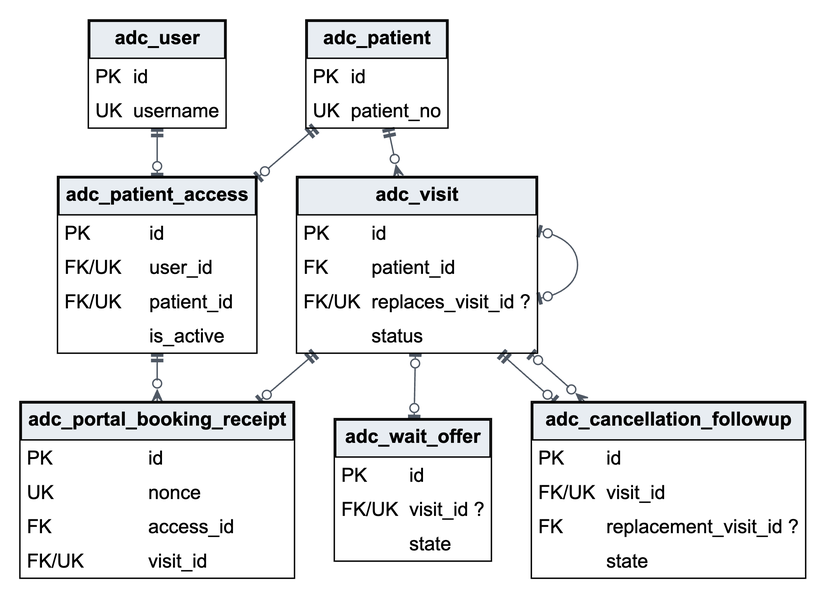
Above: docs/database/er_portal_reschedule.png in Zhang646967/adc-dental-clinic (Graphviz), before the change. Its source is kept beside it as docs/database/er_portal_reschedule.dot. Source of this version:
```dot
digraph schema {
graph [rankdir=TB, bgcolor="white", pad="0.2", nodesep="0.40", ranksep="0.48", splines=polyline, outputorder=edgesfirst];
node [shape=plain, fontname="Arial", fontsize=14];
edge [color="#505965", arrowsize=0.8, dir=both];
"adc_user" [label=<<TABLE BORDER="1" CELLBORDER="0" CELLSPACING="0" CELLPADDING="4"><TR><TD COLSPAN="2" BGCOLOR="#e8edf2" BORDER="1"><B>adc_user</B></TD></TR><TR><TD ALIGN="LEFT">PK</TD><TD ALIGN="LEFT" PORT="id">id</TD></TR><TR><TD ALIGN="LEFT">UK</TD><TD ALIGN="LEFT" PORT="username">username</TD></TR></TABLE>>];
"adc_patient_access" [label=<<TABLE BORDER="1" CELLBORDER="0" CELLSPACING="0" CELLPADDING="4"><TR><TD COLSPAN="2" BGCOLOR="#e8edf2" BORDER="1"><B>adc_patient_access</B></TD></TR><TR><TD ALIGN="LEFT">PK</TD><TD ALIGN="LEFT" PORT="id">id</TD></TR><TR><TD ALIGN="LEFT">FK/UK</TD><TD ALIGN="LEFT" PORT="user_id">user_id</TD></TR><TR><TD ALIGN="LEFT">FK/UK</TD><TD ALIGN="LEFT" PORT="patient_id">patient_id</TD></TR><TR><TD ALIGN="LEFT"></TD><TD ALIGN="LEFT" PORT="is_active">is_active</TD></TR></TABLE>>];
"adc_patient" [label=<<TABLE BORDER="1" CELLBORDER="0" CELLSPACING="0" CELLPADDING="4"><TR><TD COLSPAN="2" BGCOLOR="#e8edf2" BORDER="1"><B>adc_patient</B></TD></TR><TR><TD ALIGN="LEFT">PK</TD><TD ALIGN="LEFT" PORT="id">id</TD></TR><TR><TD ALIGN="LEFT">UK</TD><TD ALIGN="LEFT" PORT="patient_no">patient_no</TD></TR></TABLE>>];
"adc_portal_booking_receipt" [label=<<TABLE BORDER="1" CELLBORDER="0" CELLSPACING="0" CELLPADDING="4"><TR><TD COLSPAN="2" BGCOLOR="#e8edf2" BORDER="1"><B>adc_portal_booking_receipt</B></TD></TR><TR><TD ALIGN="LEFT">PK</TD><TD ALIGN="LEFT" PORT="id">id</TD></TR><TR><TD ALIGN="LEFT">UK</TD><TD ALIGN="LEFT" PORT="nonce">nonce</TD></TR><TR><TD ALIGN="LEFT">FK</TD><TD ALIGN="LEFT" PORT="access_id">access_id</TD></TR><TR><TD ALIGN="LEFT">FK/UK</TD><TD ALIGN="LEFT" PORT="visit_id">visit_id</TD></TR></TABLE>>];
"adc_visit" [label=<<TABLE BORDER="1" CELLBORDER="0" CELLSPACING="0" CELLPADDING="4"><TR><TD COLSPAN="2" BGCOLOR="#e8edf2" BORDER="1"><B>adc_visit</B></TD></TR><TR><TD ALIGN="LEFT">PK</TD><TD ALIGN="LEFT" PORT="id">id</TD></TR><TR><TD ALIGN="LEFT">FK</TD><TD ALIGN="LEFT" PORT="patient_id">patient_id</TD></TR><TR><TD ALIGN="LEFT">FK/UK</TD><TD ALIGN="LEFT" PORT="replaces_visit_id">replaces_visit_id ?</TD></TR><TR><TD ALIGN="LEFT"></TD><TD ALIGN="LEFT" PORT="status">status</TD></TR></TABLE>>];
"adc_wait_offer" [label=<<TABLE BORDER="1" CELLBORDER="0" CELLSPACING="0" CELLPADDING="4"><TR><TD COLSPAN="2" BGCOLOR="#e8edf2" BORDER="1"><B>adc_wait_offer</B></TD></TR><TR><TD ALIGN="LEFT">PK</TD><TD ALIGN="LEFT" PORT="id">id</TD></TR><TR><TD ALIGN="LEFT">FK/UK</TD><TD ALIGN="LEFT" PORT="visit_id">visit_id ?</TD></TR><TR><TD ALIGN="LEFT"></TD><TD ALIGN="LEFT" PORT="state">state</TD></TR></TABLE>>];
"adc_cancellation_followup" [label=<<TABLE BORDER="1" CELLBORDER="0" CELLSPACING="0" CELLPADDING="4"><TR><TD COLSPAN="2" BGCOLOR="#e8edf2" BORDER="1"><B>adc_cancellation_followup</B></TD></TR><TR><TD ALIGN="LEFT">PK</TD><TD ALIGN="LEFT" PORT="id">id</TD></TR><TR><TD ALIGN="LEFT">FK/UK</TD><TD ALIGN="LEFT" PORT="visit_id">visit_id</TD></TR><TR><TD ALIGN="LEFT">FK</TD><TD ALIGN="LEFT" PORT="replacement_visit_id">replacement_visit_id ?</TD></TR><TR><TD ALIGN="LEFT"></TD><TD ALIGN="LEFT" PORT="state">state</TD></TR></TABLE>>];
"adc_user" -> "adc_patient_access" [arrowtail="teetee", arrowhead="teeodot", tooltip="adc_patient_access.user_id references adc_user.id; 0..1:1"];
"adc_patient" -> "adc_patient_access" [arrowtail="teetee", arrowhead="teeodot", tooltip="adc_patient_access.patient_id references adc_patient.id; 0..1:1"];
"adc_patient_access" -> "adc_portal_booking_receipt" [arrowtail="teetee", arrowhead="crowodot", tooltip="adc_portal_booking_receipt.access_id references adc_patient_access.id; 0..*:1"];
"adc_visit" -> "adc_portal_booking_receipt" [arrowtail="teetee", arrowhead="teeodot", tooltip="adc_portal_booking_receipt.visit_id references adc_visit.id; 0..1:1"];
"adc_patient" -> "adc_visit" [arrowtail="teetee", arrowhead="crowodot", tooltip="adc_visit.patient_id references adc_patient.id; 0..*:1"];
"adc_visit" -> "adc_visit" [arrowtail="teeodot", arrowhead="teeodot", tooltip="adc_visit.replaces_visit_id references adc_visit.id; 0..1:0..1"];
"adc_visit" -> "adc_wait_offer" [arrowtail="teeodot", arrowhead="teeodot", tooltip="adc_wait_offer.visit_id references adc_visit.id; 0..1:0..1"];
"adc_visit" -> "adc_cancellation_followup" [arrowtail="teetee", arrowhead="teeodot", tooltip="adc_cancellation_followup.visit_id references adc_visit.id; 0..1:1"];
"adc_visit" -> "adc_cancellation_followup" [arrowtail="teeodot", arrowhead="crowodot", tooltip="adc_cancellation_followup.replacement_visit_id references adc_visit.id; 0..*:0..1"];
}
```
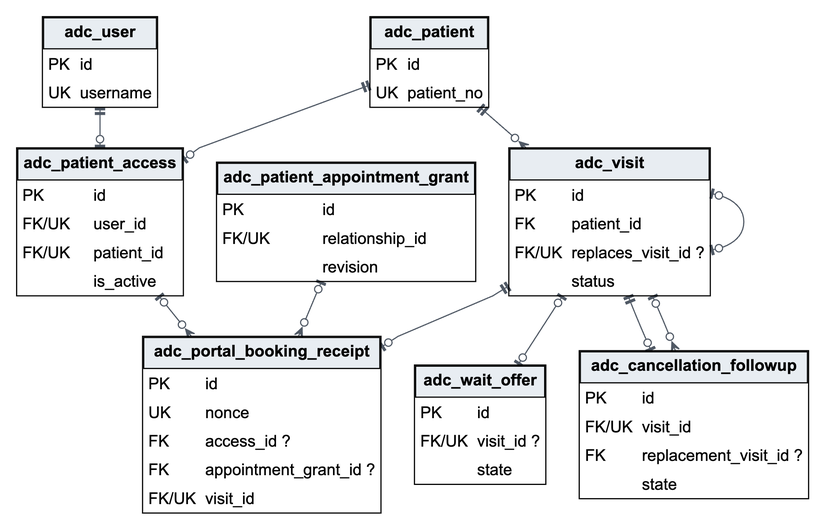
Later version of the same file.

Diff of the diagram source:
```diff
@@ -5,13 +5,15 @@
 "adc_user" [label=<<TABLE BORDER="1" CELLBORDER="0" CELLSPACING="0" CELLPADDING="4"><TR><TD COLSPAN="2" BGCOLOR="#e8edf2" BORDER="1"><B>adc_user</B></TD></TR><TR><TD ALIGN="LEFT">PK</TD><TD ALIGN="LEFT" PORT="id">id</TD></TR><TR><TD ALIGN="LEFT">UK</TD><TD ALIGN="LEFT" PORT="username">username</TD></TR></TABLE>>];
 "adc_patient_access" [label=<<TABLE BORDER="1" CELLBORDER="0" CELLSPACING="0" CELLPADDING="4"><TR><TD COLSPAN="2" BGCOLOR="#e8edf2" BORDER="1"><B>adc_patient_access</B></TD></TR><TR><TD ALIGN="LEFT">PK</TD><TD ALIGN="LEFT" PORT="id">id</TD></TR><TR><TD ALIGN="LEFT">FK/UK</TD><TD ALIGN="LEFT" PORT="user_id">user_id</TD></TR><TR><TD ALIGN="LEFT">FK/UK</TD><TD ALIGN="LEFT" PORT="patient_id">patient_id</TD></TR><TR><TD ALIGN="LEFT"></TD><TD ALIGN="LEFT" PORT="is_active">is_active</TD></TR></TABLE>>];
 "adc_patient" [label=<<TABLE BORDER="1" CELLBORDER="0" CELLSPACING="0" CELLPADDING="4"><TR><TD COLSPAN="2" BGCOLOR="#e8edf2" BORDER="1"><B>adc_patient</B></TD></TR><TR><TD ALIGN="LEFT">PK</TD><TD ALIGN="LEFT" PORT="id">id</TD></TR><TR><TD ALIGN="LEFT">UK</TD><TD ALIGN="LEFT" PORT="patient_no">patient_no</TD></TR></TABLE>>];
-"adc_portal_booking_receipt" [label=<<TABLE BORDER="1" CELLBORDER="0" CELLSPACING="0" CELLPADDING="4"><TR><TD COLSPAN="2" BGCOLOR="#e8edf2" BORDER="1"><B>adc_portal_booking_receipt</B></TD></TR><TR><TD ALIGN="LEFT">PK</TD><TD ALIGN="LEFT" PORT="id">id</TD></TR><TR><TD ALIGN="LEFT">UK</TD><TD ALIGN="LEFT" PORT="nonce">nonce</TD></TR><TR><TD ALIGN="LEFT">FK</TD><TD ALIGN="LEFT" PORT="access_id">access_id</TD></TR><TR><TD ALIGN="LEFT">FK/UK</TD><TD ALIGN="LEFT" PORT="visit_id">visit_id</TD></TR></TABLE>>];
+"adc_portal_booking_receipt" [label=<<TABLE BORDER="1" CELLBORDER="0" CELLSPACING="0" CELLPADDING="4"><TR><TD COLSPAN="2" BGCOLOR="#e8edf2" BORDER="1"><B>adc_portal_booking_receipt</B></TD></TR><TR><TD ALIGN="LEFT">PK</TD><TD ALIGN="LEFT" PORT="id">id</TD></TR><TR><TD ALIGN="LEFT">UK</TD><TD ALIGN="LEFT" PORT="nonce">nonce</TD></TR><TR><TD ALIGN="LEFT">FK</TD><TD ALIGN="LEFT" PORT="access_id">access_id ?</TD></TR><TR><TD ALIGN="LEFT">FK</TD><TD ALIGN="LEFT" PORT="appointment_grant_id">appointment_grant_id ?</TD></TR><TR><TD ALIGN="LEFT">FK/UK</TD><TD ALIGN="LEFT" PORT="visit_id">visit_id</TD></TR></TABLE>>];
+"adc_patient_appointment_grant" [label=<<TABLE BORDER="1" CELLBORDER="0" CELLSPACING="0" CELLPADDING="4"><TR><TD COLSPAN="2" BGCOLOR="#e8edf2" BORDER="1"><B>adc_patient_appointment_grant</B></TD></TR><TR><TD ALIGN="LEFT">PK</TD><TD ALIGN="LEFT" PORT="id">id</TD></TR><TR><TD ALIGN="LEFT">FK/UK</TD><TD ALIGN="LEFT" PORT="relationship_id">relationship_id</TD></TR><TR><TD ALIGN="LEFT"></TD><TD ALIGN="LEFT" PORT="revision">revision</TD></TR></TABLE>>];
 "adc_visit" [label=<<TABLE BORDER="1" CELLBORDER="0" CELLSPACING="0" CELLPADDING="4"><TR><TD COLSPAN="2" BGCOLOR="#e8edf2" BORDER="1"><B>adc_visit</B></TD></TR><TR><TD ALIGN="LEFT">PK</TD><TD ALIGN="LEFT" PORT="id">id</TD></TR><TR><TD ALIGN="LEFT">FK</TD><TD ALIGN="LEFT" PORT="patient_id">patient_id</TD></TR><TR><TD ALIGN="LEFT">FK/UK</TD><TD ALIGN="LEFT" PORT="replaces_visit_id">replaces_visit_id ?</TD></TR><TR><TD ALIGN="LEFT"></TD><TD ALIGN="LEFT" PORT="status">status</TD></TR></TABLE>>];
 "adc_wait_offer" [label=<<TABLE BORDER="1" CELLBORDER="0" CELLSPACING="0" CELLPADDING="4"><TR><TD COLSPAN="2" BGCOLOR="#e8edf2" BORDER="1"><B>adc_wait_offer</B></TD></TR><TR><TD ALIGN="LEFT">PK</TD><TD ALIGN="LEFT" PORT="id">id</TD></TR><TR><TD ALIGN="LEFT">FK/UK</TD><TD ALIGN="LEFT" PORT="visit_id">visit_id ?</TD></TR><TR><TD ALIGN="LEFT"></TD><TD ALIGN="LEFT" PORT="state">state</TD></TR></TABLE>>];
 "adc_cancellation_followup" [label=<<TABLE BORDER="1" CELLBORDER="0" CELLSPACING="0" CELLPADDING="4"><TR><TD COLSPAN="2" BGCOLOR="#e8edf2" BORDER="1"><B>adc_cancellation_followup</B></TD></TR><TR><TD ALIGN="LEFT">PK</TD><TD ALIGN="LEFT" PORT="id">id</TD></TR><TR><TD ALIGN="LEFT">FK/UK</TD><TD ALIGN="LEFT" PORT="visit_id">visit_id</TD></TR><TR><TD ALIGN="LEFT">FK</TD><TD ALIGN="LEFT" PORT="replacement_visit_id">replacement_visit_id ?</TD></TR><TR><TD ALIGN="LEFT"></TD><TD ALIGN="LEFT" PORT="state">state</TD></TR></TABLE>>];
 "adc_user" -> "adc_patient_access" [arrowtail="teetee", arrowhead="teeodot", tooltip="adc_patient_access.user_id references adc_user.id; 0..1:1"];
 "adc_patient" -> "adc_patient_access" [arrowtail="teetee", arrowhead="teeodot", tooltip="adc_patient_access.patient_id references adc_patient.id; 0..1:1"];
-"adc_patient_access" -> "adc_portal_booking_receipt" [arrowtail="teetee", arrowhead="crowodot", tooltip="adc_portal_booking_receipt.access_id references adc_patient_access.id; 0..*:1"];
+"adc_patient_access" -> "adc_portal_booking_receipt" [arrowtail="teeodot", arrowhead="crowodot", tooltip="adc_portal_booking_receipt.access_id references adc_patient_access.id; 0..*:0..1"];
+"adc_patient_appointment_grant" -> "adc_portal_booking_receipt" [arrowtail="teeodot", arrowhead="crowodot", tooltip="adc_portal_booking_receipt.appointment_grant_id references adc_patient_appointment_grant.id; 0..*:0..1"];
 "adc_visit" -> "adc_portal_booking_receipt" [arrowtail="teetee", arrowhead="teeodot", tooltip="adc_portal_booking_receipt.visit_id references adc_visit.id; 0..1:1"];
 "adc_patient" -> "adc_visit" [arrowtail="teetee", arrowhead="crowodot", tooltip="adc_visit.patient_id references adc_patient.id; 0..*:1"];
 "adc_visit" -> "adc_visit" [arrowtail="teeodot", arrowhead="teeodot", tooltip="adc_visit.replaces_visit_id references adc_visit.id; 0..1:0..1"];
```
